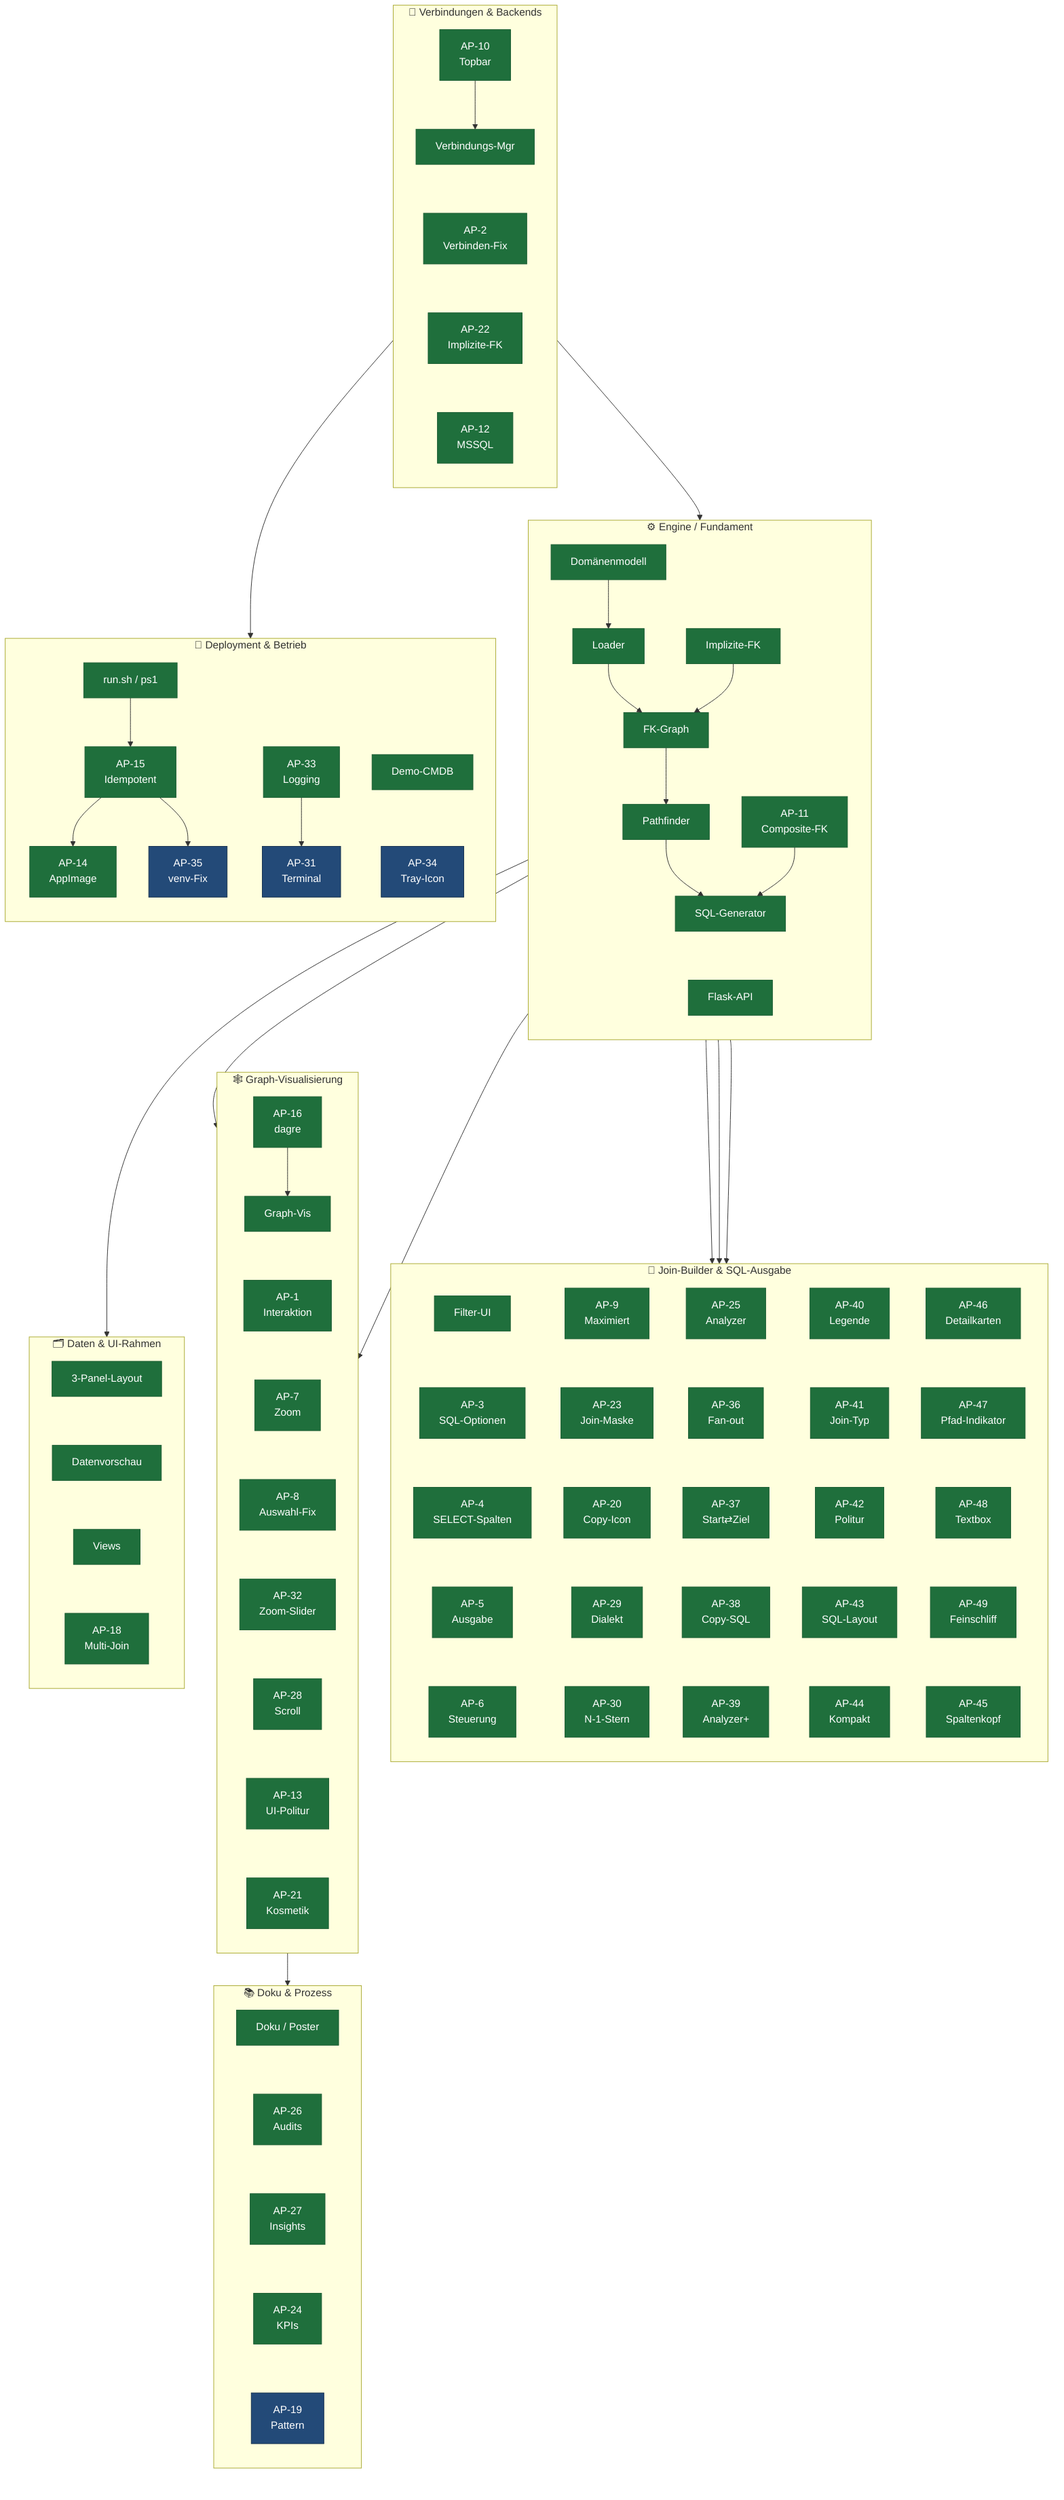
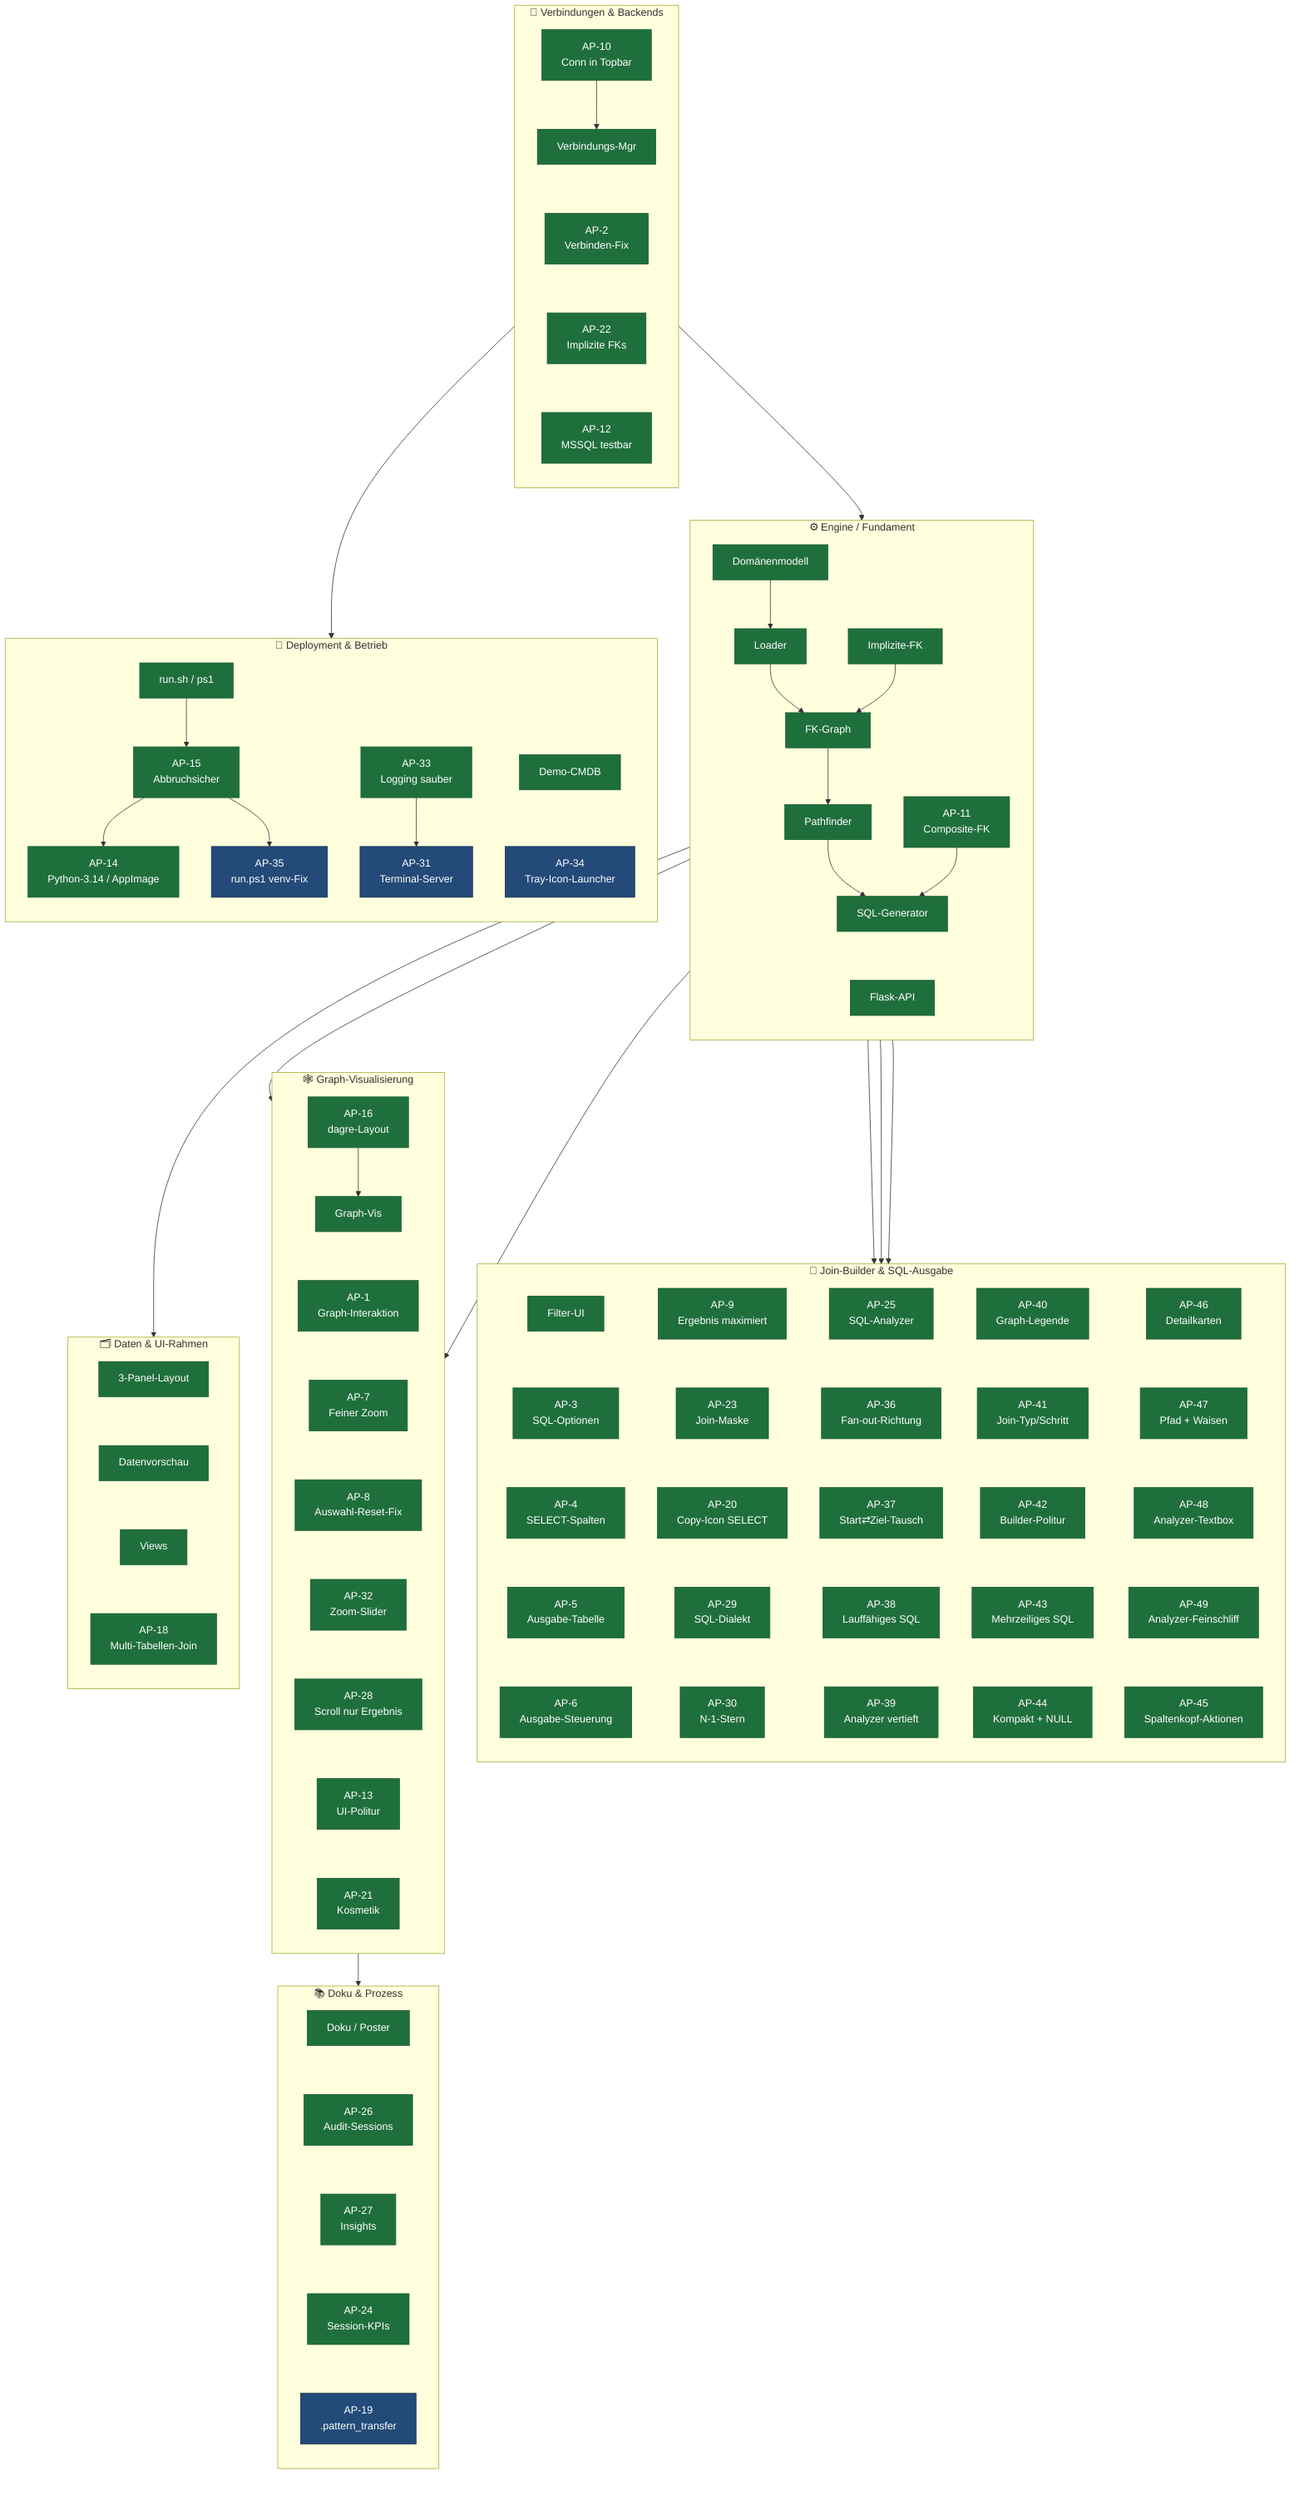
flowchart TB
    classDef done fill:#1f6f3c,color:#fff,stroke:#1a5c32,stroke-width:1px
    classDef plan fill:#234a78,color:#fff,stroke:#16314f,stroke-width:1px

    %% ── C1 · Engine / Fundament ──────────────────────────────────────────
    subgraph C1["⚙️  Engine / Fundament"]
        direction TB
        E1["Domänenmodell"]
        E2["Loader"]
        E3["FK-Graph"]
        E4["Pathfinder"]
        E5["SQL-Generator"]
        E6["Flask-API"]
        E7["AP-11\nComposite-FK"]
        E8["Implizite-FK"]
        E1 --> E2 --> E3 --> E4 --> E5
        E7 --> E5
        E8 --> E3
        E5 ~~~ E6
    end

    %% ── C2 · Verbindungen & Backends ─────────────────────────────────────
    subgraph C2["🔌  Verbindungen & Backends"]
        direction TB
        V1["Verbindungs-Mgr"]
        V2["AP-2\nVerbinden-Fix"]
-         V3["AP-10\nTopbar"]
-         V4["AP-12\nMSSQL"]
-         V5["AP-22\nImplizite-FK"]
+         V3["AP-10\nConn in Topbar"]
+         V4["AP-12\nMSSQL testbar"]
+         V5["AP-22\nImplizite FKs"]
        V3 --> V1
        V1 ~~~ V2 ~~~ V5 ~~~ V4
    end

    %% ── C3 · Join-Builder & SQL-Ausgabe ──────────────────────────────────
    subgraph C3["🧩  Join-Builder & SQL-Ausgabe"]
        direction TB
        J1["Filter-UI"]
        J2["AP-3\nSQL-Optionen"]
        J3["AP-4\nSELECT-Spalten"]
-         J4["AP-5\nAusgabe"]
-         J5["AP-6\nSteuerung"]
-         J6["AP-9\nMaximiert"]
+         J4["AP-5\nAusgabe-Tabelle"]
+         J5["AP-6\nAusgabe-Steuerung"]
+         J6["AP-9\nErgebnis maximiert"]
        J7["AP-23\nJoin-Maske"]
-         J8["AP-20\nCopy-Icon"]
-         J9["AP-29\nDialekt"]
+         J8["AP-20\nCopy-Icon SELECT"]
+         J9["AP-29\nSQL-Dialekt"]
        J10["AP-30\nN-1-Stern"]
-         J11["AP-25\nAnalyzer"]
-         J12["AP-36\nFan-out"]
-         J13["AP-37\nStart⇄Ziel"]
-         J14["AP-38\nCopy-SQL"]
-         J15["AP-39\nAnalyzer+"]
-         J16["AP-40\nLegende"]
-         J17["AP-41\nJoin-Typ"]
-         J18["AP-42\nPolitur"]
-         J19["AP-43\nSQL-Layout"]
-         J20["AP-44\nKompakt"]
+         J11["AP-25\nSQL-Analyzer"]
+         J12["AP-36\nFan-out-Richtung"]
+         J13["AP-37\nStart⇄Ziel-Tausch"]
+         J14["AP-38\nLauffähiges SQL"]
+         J15["AP-39\nAnalyzer vertieft"]
+         J16["AP-40\nGraph-Legende"]
+         J17["AP-41\nJoin-Typ/Schritt"]
+         J18["AP-42\nBuilder-Politur"]
+         J19["AP-43\nMehrzeiliges SQL"]
+         J20["AP-44\nKompakt + NULL"]
        J21["AP-46\nDetailkarten"]
-         J22["AP-47\nPfad-Indikator"]
-         J23["AP-48\nTextbox"]
-         J24["AP-49\nFeinschliff"]
-         J25["AP-45\nSpaltenkopf"]
+         J22["AP-47\nPfad + Waisen"]
+         J23["AP-48\nAnalyzer-Textbox"]
+         J24["AP-49\nAnalyzer-Feinschliff"]
+         J25["AP-45\nSpaltenkopf-Aktionen"]
        %% In 5 parallele Spalten gepackt (statt einer 25-Boxen-Säule) → kompaktes Gitter
        J1 ~~~ J2 ~~~ J3 ~~~ J4 ~~~ J5
        J6 ~~~ J7 ~~~ J8 ~~~ J9 ~~~ J10
        J11 ~~~ J12 ~~~ J13 ~~~ J14 ~~~ J15
        J16 ~~~ J17 ~~~ J18 ~~~ J19 ~~~ J20
        J21 ~~~ J22 ~~~ J23 ~~~ J24 ~~~ J25
    end

    %% ── C4 · Graph-Visualisierung ────────────────────────────────────────
    subgraph C4["🕸️  Graph-Visualisierung"]
        direction TB
        G1["Graph-Vis"]
-         G2["AP-1\nInteraktion"]
-         G3["AP-7\nZoom"]
-         G4["AP-8\nAuswahl-Fix"]
-         G5["AP-16\ndagre"]
+         G2["AP-1\nGraph-Interaktion"]
+         G3["AP-7\nFeiner Zoom"]
+         G4["AP-8\nAuswahl-Reset-Fix"]
+         G5["AP-16\ndagre-Layout"]
        G6["AP-32\nZoom-Slider"]
-         G7["AP-28\nScroll"]
+         G7["AP-28\nScroll nur Ergebnis"]
        G8["AP-13\nUI-Politur"]
        G9["AP-21\nKosmetik"]
        G5 --> G1
        G1 ~~~ G2 ~~~ G3 ~~~ G4 ~~~ G6 ~~~ G7 ~~~ G8 ~~~ G9
    end

    %% ── C5 · Daten & UI-Rahmen ───────────────────────────────────────────
    subgraph C5["🗂️  Daten & UI-Rahmen"]
        direction TB
        D1["3-Panel-Layout"]
        D2["Datenvorschau"]
        D3["Views"]
-         D4["AP-18\nMulti-Join"]
+         D4["AP-18\nMulti-Tabellen-Join"]
        D1 ~~~ D2 ~~~ D3 ~~~ D4
    end

    %% ── C6 · Deployment & Betrieb ────────────────────────────────────────
    subgraph C6["🚀  Deployment & Betrieb"]
        direction TB
        B1["Demo-CMDB"]
        B2["run.sh / ps1"]
-         B3["AP-15\nIdempotent"]
-         B4["AP-14\nAppImage"]
-         B5["AP-35\nvenv-Fix"]
-         B7["AP-31\nTerminal"]
-         B8["AP-33\nLogging"]
-         B9["AP-34\nTray-Icon"]
+         B3["AP-15\nAbbruchsicher"]
+         B4["AP-14\nPython-3.14 / AppImage"]
+         B5["AP-35\nrun.ps1 venv-Fix"]
+         B7["AP-31\nTerminal-Server"]
+         B8["AP-33\nLogging sauber"]
+         B9["AP-34\nTray-Icon-Launcher"]
        B2 --> B3
        B3 --> B4
        B3 --> B5
        B8 --> B7
        B1 ~~~ B9
    end

    %% ── C7 · Doku & Prozess ──────────────────────────────────────────────
    subgraph C7["📚  Doku & Prozess"]
        direction TB
        K1["Doku / Poster"]
-         K2["AP-26\nAudits"]
+         K2["AP-26\nAudit-Sessions"]
        K3["AP-27\nInsights"]
-         K5["AP-24\nKPIs"]
-         K4["AP-19\nPattern"]
+         K5["AP-24\nSession-KPIs"]
+         K4["AP-19\n.pattern_transfer"]
        K1 ~~~ K2 ~~~ K3 ~~~ K5 ~~~ K4
    end

    %% ── Cluster-übergreifende Abhängigkeiten ─────────────────────────────
    V1 --> E2
    E5 --> J1
    E5 --> J9
    E5 --> J11
    E4 --> G2
    E3 --> G1
    E6 --> D1
    V4 --> B7
    G5 --> K2

    class E1,E2,E3,E4,E5,E6,E7,E8 done
    class V1,V2,V3,V4,V5 done
    class J1,J2,J3,J4,J5,J6,J7,J8,J9,J10,J11,J12,J13,J14,J15,J16,J17,J18,J19,J20,J21,J22,J23,J24,J25 done
    class G1,G2,G3,G4,G5,G6,G7,G8,G9 done
    class D1,D2,D3,D4 done
    class B1,B2,B3,B4,B8 done
    class B5,B7,B9 plan
    class K1,K2,K3,K5 done
    class K4 plan
